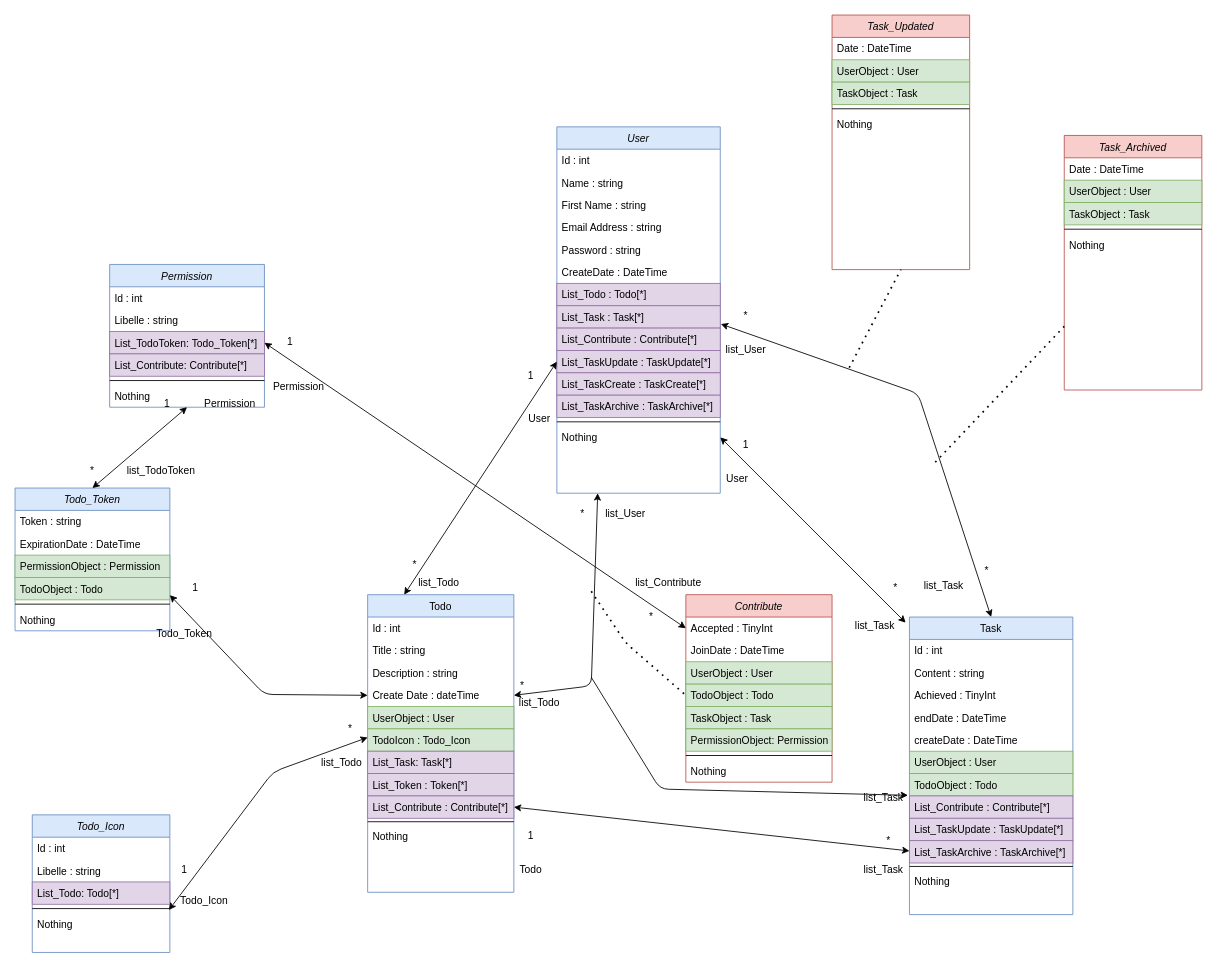
The draw.io diagram public/assets/todo_diagramCLASS.drawio in BaptisteLecat/Todo, before the edit. Source tidied: cells renumbered, new cells numbered last; positions are measured from the earlier drawing's top-left corner, leaving out a move shared by most shapes. Both pictures are drawn from the tidied source at 86%, with x=0, y=0 at pixel (15, 15).
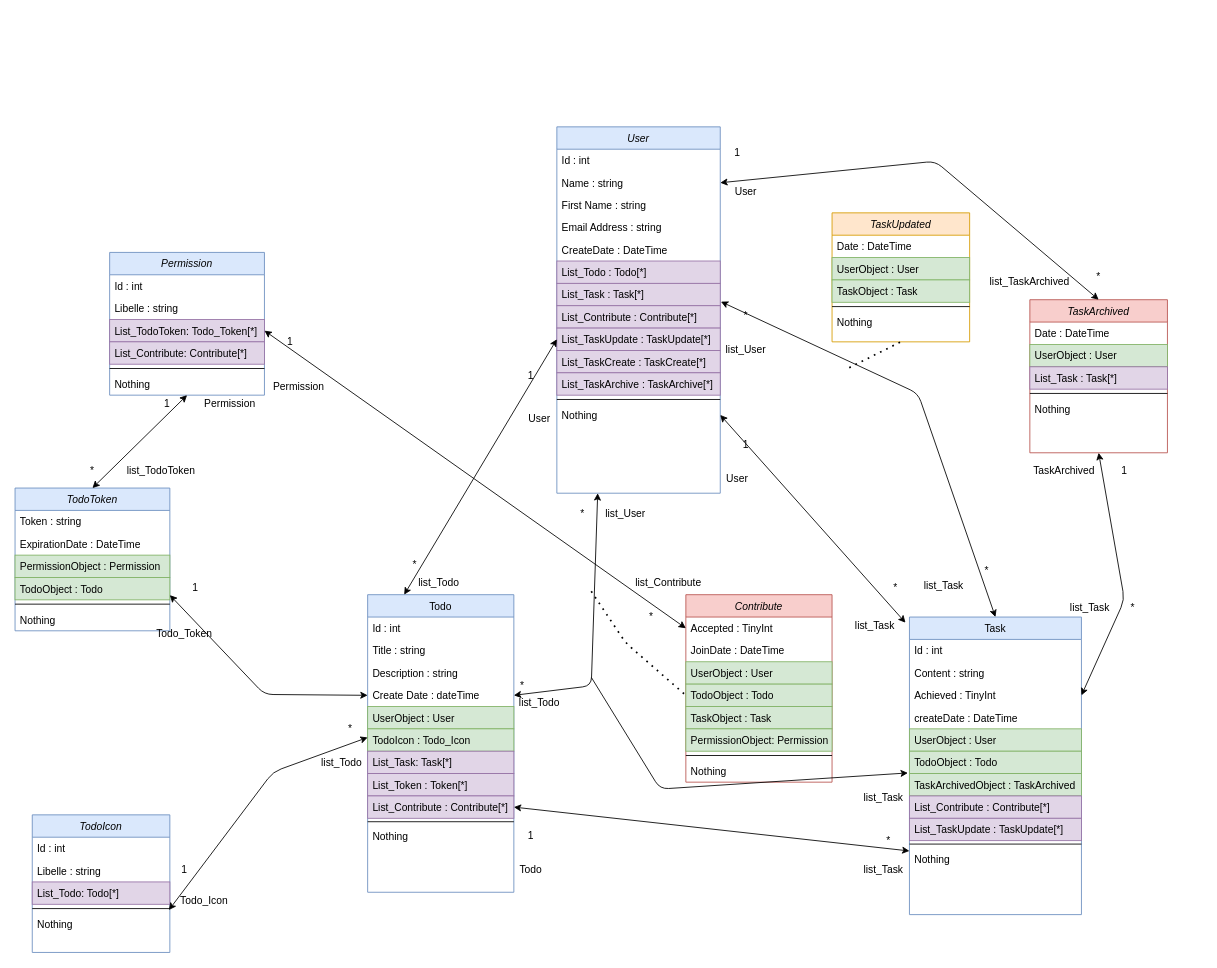
The same page after the edit.

The change refers to these unchanged cells:
```xml
<mxCell id="2" value="User" style="swimlane;fontStyle=2;align=center;verticalAlign=top;horizontal=1;startSize=26;rounded=0;shadow=0;strokeWidth=1;fillColor=#dae8fc;strokeColor=#6c8ebf;" parent="1" vertex="1">
  <mxGeometry x="630" y="130" width="190" height="426" as="geometry" />
</mxCell>
<mxCell id="4" value="Name : string" style="text;align=left;verticalAlign=top;spacingLeft=4;spacingRight=4;overflow=hidden;points=[[0,0.5],[1,0.5]];portConstraint=eastwest;rounded=0;shadow=0;html=0;" parent="2" vertex="1">
  <mxGeometry y="52" width="190" height="26" as="geometry" />
</mxCell>
```

Diff of the diagram source:
```diff
@@
-    <mxCell id="7" value="Password : string" style="text;align=left;verticalAlign=top;spacingLeft=4;spacingRight=4;overflow=hidden;rounded=0;shadow=0;html=0;" parent="2" vertex="1">
-      <mxGeometry y="130" width="190" height="26" as="geometry" />
-    </mxCell>
     <mxCell id="8" value="CreateDate : DateTime" style="text;align=left;verticalAlign=top;spacingLeft=4;spacingRight=4;overflow=hidden;rounded=0;shadow=0;html=0;" parent="2" vertex="1">
-      <mxGeometry y="156" width="190" height="26" as="geometry" />
+      <mxGeometry y="130" width="190" height="26" as="geometry" />
     </mxCell>
     <mxCell id="9" value="List_Todo : Todo[*]" style="text;align=left;verticalAlign=top;spacingLeft=4;spacingRight=4;overflow=hidden;rounded=0;shadow=0;html=0;fillColor=#e1d5e7;strokeColor=#9673a6;" parent="2" vertex="1">
-      <mxGeometry y="182" width="190" height="26" as="geometry" />
+      <mxGeometry y="156" width="190" height="26" as="geometry" />
     </mxCell>
     <mxCell id="10" value="List_Task : Task[*]" style="text;align=left;verticalAlign=top;spacingLeft=4;spacingRight=4;overflow=hidden;points=[[0,0.5],[1,0.5]];portConstraint=eastwest;rounded=0;shadow=0;html=0;fillColor=#e1d5e7;strokeColor=#9673a6;" parent="2" vertex="1">
-      <mxGeometry y="208" width="190" height="26" as="geometry" />
+      <mxGeometry y="182" width="190" height="26" as="geometry" />
     </mxCell>
     <mxCell id="11" value="List_Contribute : Contribute[*]" style="text;align=left;verticalAlign=top;spacingLeft=4;spacingRight=4;overflow=hidden;rounded=0;shadow=0;html=0;fillColor=#e1d5e7;strokeColor=#9673a6;" parent="2" vertex="1">
-      <mxGeometry y="234" width="190" height="26" as="geometry" />
+      <mxGeometry y="208" width="190" height="26" as="geometry" />
     </mxCell>
     <mxCell id="12" value="List_TaskUpdate : TaskUpdate[*]" style="text;align=left;verticalAlign=top;spacingLeft=4;spacingRight=4;overflow=hidden;points=[[0,0.5],[1,0.5]];portConstraint=eastwest;rounded=0;shadow=0;html=0;fillColor=#e1d5e7;strokeColor=#9673a6;" parent="2" vertex="1">
-      <mxGeometry y="260" width="190" height="26" as="geometry" />
+      <mxGeometry y="234" width="190" height="26" as="geometry" />
     </mxCell>
     <mxCell id="13" value="List_TaskCreate : TaskCreate[*]" style="text;align=left;verticalAlign=top;spacingLeft=4;spacingRight=4;overflow=hidden;rounded=0;shadow=0;html=0;fillColor=#e1d5e7;strokeColor=#9673a6;" parent="2" vertex="1">
-      <mxGeometry y="286" width="190" height="26" as="geometry" />
+      <mxGeometry y="260" width="190" height="26" as="geometry" />
     </mxCell>
     <mxCell id="14" value="List_TaskArchive : TaskArchive[*]" style="text;align=left;verticalAlign=top;spacingLeft=4;spacingRight=4;overflow=hidden;rounded=0;shadow=0;html=0;fillColor=#e1d5e7;strokeColor=#9673a6;" parent="2" vertex="1">
-      <mxGeometry y="312" width="190" height="26" as="geometry" />
+      <mxGeometry y="286" width="190" height="26" as="geometry" />
     </mxCell>
     <mxCell id="15" style="line;html=1;strokeWidth=1;align=left;verticalAlign=middle;spacingTop=-1;spacingLeft=3;spacingRight=3;labelPosition=right;" parent="2" vertex="1">
-      <mxGeometry y="338" width="190" height="10" as="geometry" />
+      <mxGeometry y="312" width="190" height="10" as="geometry" />
     </mxCell>
     <mxCell id="16" value="Nothing" style="text;align=left;verticalAlign=top;spacingLeft=4;spacingRight=4;overflow=hidden;points=[[0,0.5],[1,0.5]];portConstraint=eastwest;" parent="2" vertex="1">
-      <mxGeometry y="348" width="190" height="26" as="geometry" />
+      <mxGeometry y="322" width="190" height="26" as="geometry" />
     </mxCell>
     <mxCell id="17" value="Task" style="swimlane;fontStyle=0;align=center;verticalAlign=top;horizontal=1;startSize=26;rounded=0;shadow=0;strokeWidth=1;fillColor=#dae8fc;strokeColor=#6c8ebf;" parent="1" vertex="1">
-      <mxGeometry x="1040" y="700" width="190" height="346" as="geometry" />
+      <mxGeometry x="1040" y="700" width="200" height="346" as="geometry" />
     </mxCell>
     <mxCell id="18" value="Id : int" style="text;align=left;verticalAlign=top;spacingLeft=4;spacingRight=4;overflow=hidden;" parent="17" vertex="1">
-      <mxGeometry y="26" width="190" height="26" as="geometry" />
+      <mxGeometry y="26" width="200" height="26" as="geometry" />
     </mxCell>
     <mxCell id="19" value="Content : string" style="text;align=left;verticalAlign=top;spacingLeft=4;spacingRight=4;overflow=hidden;rounded=0;shadow=0;html=0;" parent="17" vertex="1">
-      <mxGeometry y="52" width="190" height="26" as="geometry" />
+      <mxGeometry y="52" width="200" height="26" as="geometry" />
     </mxCell>
     <mxCell id="20" value="Achieved : TinyInt" style="text;align=left;verticalAlign=top;spacingLeft=4;spacingRight=4;overflow=hidden;points=[[0,0.5],[1,0.5]];portConstraint=eastwest;rounded=0;shadow=0;html=0;" parent="17" vertex="1">
-      <mxGeometry y="78" width="190" height="26" as="geometry" />
+      <mxGeometry y="78" width="200" height="26" as="geometry" />
     </mxCell>
-    <mxCell id="21" value="endDate : DateTime" style="text;align=left;verticalAlign=top;spacingLeft=4;spacingRight=4;overflow=hidden;rounded=0;shadow=0;html=0;" parent="17" vertex="1">
-      <mxGeometry y="104" width="190" height="26" as="geometry" />
-    </mxCell>
     <mxCell id="22" value="createDate : DateTime" style="text;align=left;verticalAlign=top;spacingLeft=4;spacingRight=4;overflow=hidden;rounded=0;shadow=0;html=0;" parent="17" vertex="1">
-      <mxGeometry y="130" width="190" height="26" as="geometry" />
+      <mxGeometry y="104" width="200" height="26" as="geometry" />
     </mxCell>
     <mxCell id="23" value="UserObject : User" style="text;align=left;verticalAlign=top;spacingLeft=4;spacingRight=4;overflow=hidden;rounded=0;shadow=0;html=0;fillColor=#d5e8d4;strokeColor=#82b366;" parent="17" vertex="1">
-      <mxGeometry y="156" width="190" height="26" as="geometry" />
+      <mxGeometry y="130" width="200" height="26" as="geometry" />
     </mxCell>
     <mxCell id="24" value="TodoObject : Todo" style="text;align=left;verticalAlign=top;spacingLeft=4;spacingRight=4;overflow=hidden;points=[[0,0.5],[1,0.5]];portConstraint=eastwest;rounded=0;shadow=0;html=0;fillColor=#d5e8d4;strokeColor=#82b366;" parent="17" vertex="1">
-      <mxGeometry y="182" width="190" height="26" as="geometry" />
+      <mxGeometry y="156" width="200" height="26" as="geometry" />
     </mxCell>
+    <mxCell id="27" value="TaskArchivedObject : TaskArchived" style="text;align=left;verticalAlign=top;spacingLeft=4;spacingRight=4;overflow=hidden;rounded=0;shadow=0;html=0;fillColor=#d5e8d4;strokeColor=#82b366;" parent="17" vertex="1">
+      <mxGeometry y="182" width="200" height="26" as="geometry" />
+    </mxCell>
     <mxCell id="25" value="List_Contribute : Contribute[*]" style="text;align=left;verticalAlign=top;spacingLeft=4;spacingRight=4;overflow=hidden;rounded=0;shadow=0;html=0;fillColor=#e1d5e7;strokeColor=#9673a6;" parent="17" vertex="1">
-      <mxGeometry y="208" width="190" height="26" as="geometry" />
+      <mxGeometry y="208" width="200" height="26" as="geometry" />
     </mxCell>
     <mxCell id="26" value="List_TaskUpdate : TaskUpdate[*]" style="text;align=left;verticalAlign=top;spacingLeft=4;spacingRight=4;overflow=hidden;rounded=0;shadow=0;html=0;fillColor=#e1d5e7;strokeColor=#9673a6;" parent="17" vertex="1">
-      <mxGeometry y="234" width="190" height="26" as="geometry" />
+      <mxGeometry y="234" width="200" height="26" as="geometry" />
     </mxCell>
-    <mxCell id="27" value="List_TaskArchive : TaskArchive[*]" style="text;align=left;verticalAlign=top;spacingLeft=4;spacingRight=4;overflow=hidden;rounded=0;shadow=0;html=0;fillColor=#e1d5e7;strokeColor=#9673a6;" parent="17" vertex="1">
-      <mxGeometry y="260" width="190" height="26" as="geometry" />
-    </mxCell>
     <mxCell id="28" style="line;html=1;strokeWidth=1;align=left;verticalAlign=middle;spacingTop=-1;spacingLeft=3;spacingRight=3;labelPosition=right;" parent="17" vertex="1">
-      <mxGeometry y="286" width="190" height="8" as="geometry" />
+      <mxGeometry y="260" width="200" height="8" as="geometry" />
     </mxCell>
     <mxCell id="29" value="Nothing" style="text;align=left;verticalAlign=top;spacingLeft=4;spacingRight=4;overflow=hidden;" parent="17" vertex="1">
-      <mxGeometry y="294" width="190" height="26" as="geometry" />
+      <mxGeometry y="268" width="200" height="26" as="geometry" />
     </mxCell>
@@
-    <mxCell id="42" value="Todo_Token" style="swimlane;fontStyle=2;align=center;verticalAlign=top;horizontal=1;startSize=26;rounded=0;shadow=0;strokeWidth=1;fillColor=#dae8fc;strokeColor=#6c8ebf;" parent="1" vertex="1">
+    <mxCell id="42" value="TodoToken" style="swimlane;fontStyle=2;align=center;verticalAlign=top;horizontal=1;startSize=26;rounded=0;shadow=0;strokeWidth=1;fillColor=#dae8fc;strokeColor=#6c8ebf;" parent="1" vertex="1">
       <mxGeometry y="550" width="180" height="166" as="geometry" />
     </mxCell>
@@
-    <mxCell id="49" value="Todo_Icon" style="swimlane;fontStyle=2;align=center;verticalAlign=top;horizontal=1;startSize=26;rounded=0;shadow=0;strokeWidth=1;fillColor=#dae8fc;strokeColor=#6c8ebf;" parent="1" vertex="1">
+    <mxCell id="49" value="TodoIcon" style="swimlane;fontStyle=2;align=center;verticalAlign=top;horizontal=1;startSize=26;rounded=0;shadow=0;strokeWidth=1;fillColor=#dae8fc;strokeColor=#6c8ebf;" parent="1" vertex="1">
       <mxGeometry x="20" y="930" width="160" height="160" as="geometry" />
     </mxCell>
@@
-    <mxCell id="55" value="Task_Updated" style="swimlane;fontStyle=2;align=center;verticalAlign=top;horizontal=1;startSize=26;rounded=0;shadow=0;strokeWidth=1;fillColor=#f8cecc;strokeColor=#b85450;" parent="1" vertex="1">
-      <mxGeometry x="950" width="160" height="296" as="geometry" />
+    <mxCell id="55" value="TaskUpdated" style="swimlane;fontStyle=2;align=center;verticalAlign=top;horizontal=1;startSize=26;rounded=0;shadow=0;strokeWidth=1;fillColor=#ffe6cc;strokeColor=#d79b00;" parent="1" vertex="1">
+      <mxGeometry x="950" y="230" width="160" height="150" as="geometry" />
     </mxCell>
@@
-    <mxCell id="61" value="Task_Archived" style="swimlane;fontStyle=2;align=center;verticalAlign=top;horizontal=1;startSize=26;rounded=0;shadow=0;strokeWidth=1;fillColor=#f8cecc;strokeColor=#b85450;" parent="1" vertex="1">
-      <mxGeometry x="1220" y="140" width="160" height="296" as="geometry" />
+    <mxCell id="61" value="TaskArchived" style="swimlane;fontStyle=2;align=center;verticalAlign=top;horizontal=1;startSize=26;rounded=0;shadow=0;strokeWidth=1;fillColor=#f8cecc;strokeColor=#b85450;" parent="1" vertex="1">
+      <mxGeometry x="1180" y="331" width="160" height="178" as="geometry" />
     </mxCell>
@@
-    <mxCell id="64" value="TaskObject : Task" style="text;align=left;verticalAlign=top;spacingLeft=4;spacingRight=4;overflow=hidden;rounded=0;shadow=0;html=0;fillColor=#d5e8d4;strokeColor=#82b366;" parent="61" vertex="1">
-      <mxGeometry y="78" width="160" height="26" as="geometry" />
-    </mxCell>
+    <mxCell id="131" value="List_Task : Task[*]" style="text;align=left;verticalAlign=top;spacingLeft=4;spacingRight=4;overflow=hidden;rounded=0;shadow=0;html=0;fillColor=#e1d5e7;strokeColor=#9673a6;" parent="61" vertex="1">
+      <mxGeometry y="78" width="160" height="26" as="geometry" />
+    </mxCell>
@@
     <mxCell id="67" value="Permission" style="swimlane;fontStyle=2;align=center;verticalAlign=top;horizontal=1;startSize=26;rounded=0;shadow=0;strokeWidth=1;fillColor=#dae8fc;strokeColor=#6c8ebf;" parent="1" vertex="1">
-      <mxGeometry x="110" y="290" width="180" height="166" as="geometry" />
+      <mxGeometry x="110" y="276" width="180" height="166" as="geometry" />
     </mxCell>
@@
-    <mxCell id="103" style="endArrow=none;dashed=1;html=1;dashPattern=1 3;strokeWidth=2;entryX=0;entryY=0.75;entryDx=0;entryDy=0;" parent="1" edge="1" target="61">
-      <mxGeometry relative="1" as="geometry">
-        <mxPoint x="1070" y="520" as="sourcePoint" />
-      </mxGeometry>
-    </mxCell>
@@
+    <mxCell id="132" style="endArrow=classic;startArrow=classic;html=1;exitX=1;exitY=0.5;exitDx=0;exitDy=0;entryX=0.5;entryY=0;entryDx=0;entryDy=0;" parent="1" edge="1" source="4" target="61">
+      <mxGeometry relative="1" as="geometry">
+        <Array as="points">
+          <mxPoint x="1070" y="170" />
+        </Array>
+      </mxGeometry>
+    </mxCell>
+    <mxCell id="133" value="User" style="text;html=1;strokeColor=none;fillColor=none;align=center;verticalAlign=middle;whiteSpace=wrap;rounded=0;" parent="1" vertex="1">
+      <mxGeometry x="830" y="196" width="40" height="20" as="geometry" />
+    </mxCell>
+    <mxCell id="134" value="1" style="text;html=1;strokeColor=none;fillColor=none;align=center;verticalAlign=middle;whiteSpace=wrap;rounded=0;" parent="1" vertex="1">
+      <mxGeometry x="830" y="150" width="20" height="20" as="geometry" />
+    </mxCell>
+    <mxCell id="135" value="list_TaskArchived" style="text;html=1;strokeColor=none;fillColor=none;align=center;verticalAlign=middle;whiteSpace=wrap;rounded=0;" parent="1" vertex="1">
+      <mxGeometry x="1160" y="300" width="40" height="20" as="geometry" />
+    </mxCell>
+    <mxCell id="136" value="*" style="text;html=1;strokeColor=none;fillColor=none;align=center;verticalAlign=middle;whiteSpace=wrap;rounded=0;" parent="1" vertex="1">
+      <mxGeometry x="1250" y="295" width="20" height="20" as="geometry" />
+    </mxCell>
+    <mxCell id="137" style="endArrow=classic;startArrow=classic;html=1;exitX=1;exitY=0.5;exitDx=0;exitDy=0;entryX=0.5;entryY=1;entryDx=0;entryDy=0;" parent="1" edge="1" source="20" target="61">
+      <mxGeometry relative="1" as="geometry">
+        <Array as="points">
+          <mxPoint x="1290" y="680" />
+        </Array>
+      </mxGeometry>
+    </mxCell>
+    <mxCell id="138" value="list_Task" style="text;html=1;strokeColor=none;fillColor=none;align=center;verticalAlign=middle;whiteSpace=wrap;rounded=0;" parent="1" vertex="1">
+      <mxGeometry x="1230" y="680" width="40" height="20" as="geometry" />
+    </mxCell>
+    <mxCell id="139" value="*" style="text;html=1;strokeColor=none;fillColor=none;align=center;verticalAlign=middle;whiteSpace=wrap;rounded=0;" parent="1" vertex="1">
+      <mxGeometry x="1290" y="680" width="20" height="20" as="geometry" />
+    </mxCell>
+    <mxCell id="140" value="TaskArchived" style="text;html=1;strokeColor=none;fillColor=none;align=center;verticalAlign=middle;whiteSpace=wrap;rounded=0;" parent="1" vertex="1">
+      <mxGeometry x="1200" y="520" width="40" height="20" as="geometry" />
+    </mxCell>
+    <mxCell id="141" value="1" style="text;html=1;strokeColor=none;fillColor=none;align=center;verticalAlign=middle;whiteSpace=wrap;rounded=0;" parent="1" vertex="1">
+      <mxGeometry x="1280" y="520" width="20" height="20" as="geometry" />
+    </mxCell>
```
